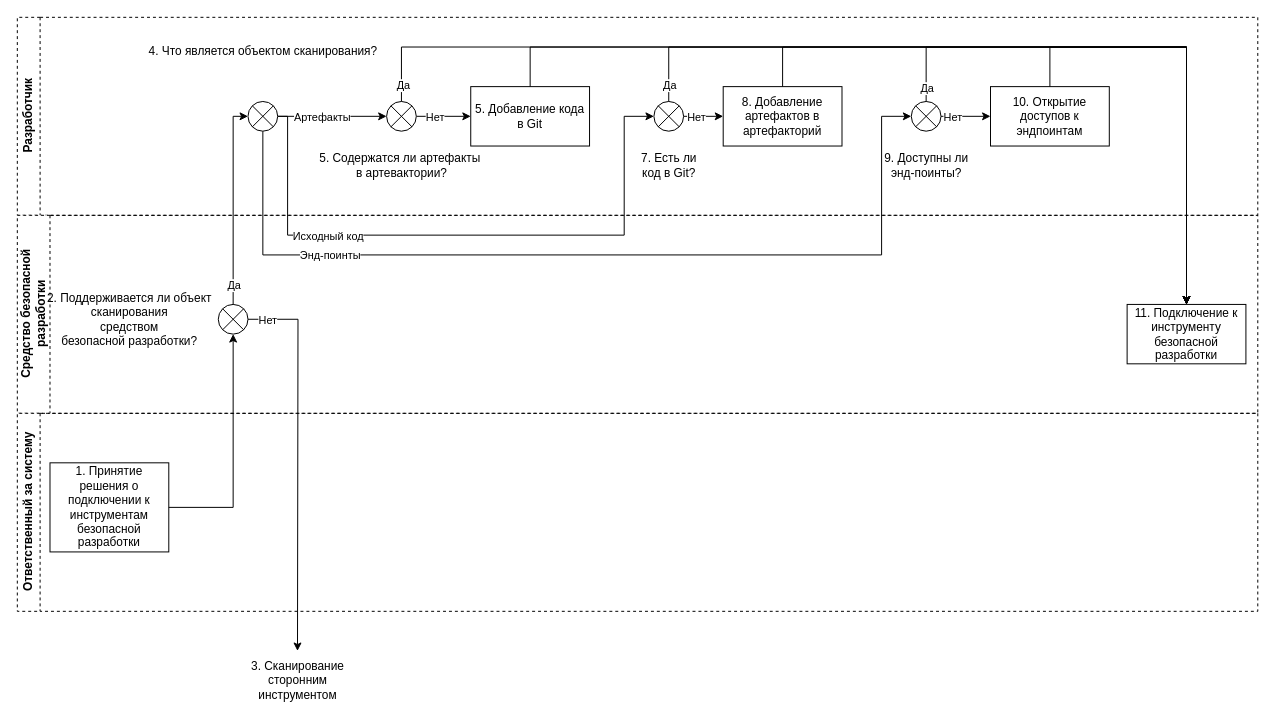
The draw.io diagram page "Подключение" (1 of 3) of Alfa.drawio in GoluzinaD/Python, before the edit. Source tidied: cells renumbered, new cells numbered last; positions are measured from the earlier drawing's top-left corner, leaving out a move shared by most shapes. Both pictures are drawn from the tidied source at 99%, with x=0, y=0 at pixel (17, 17).
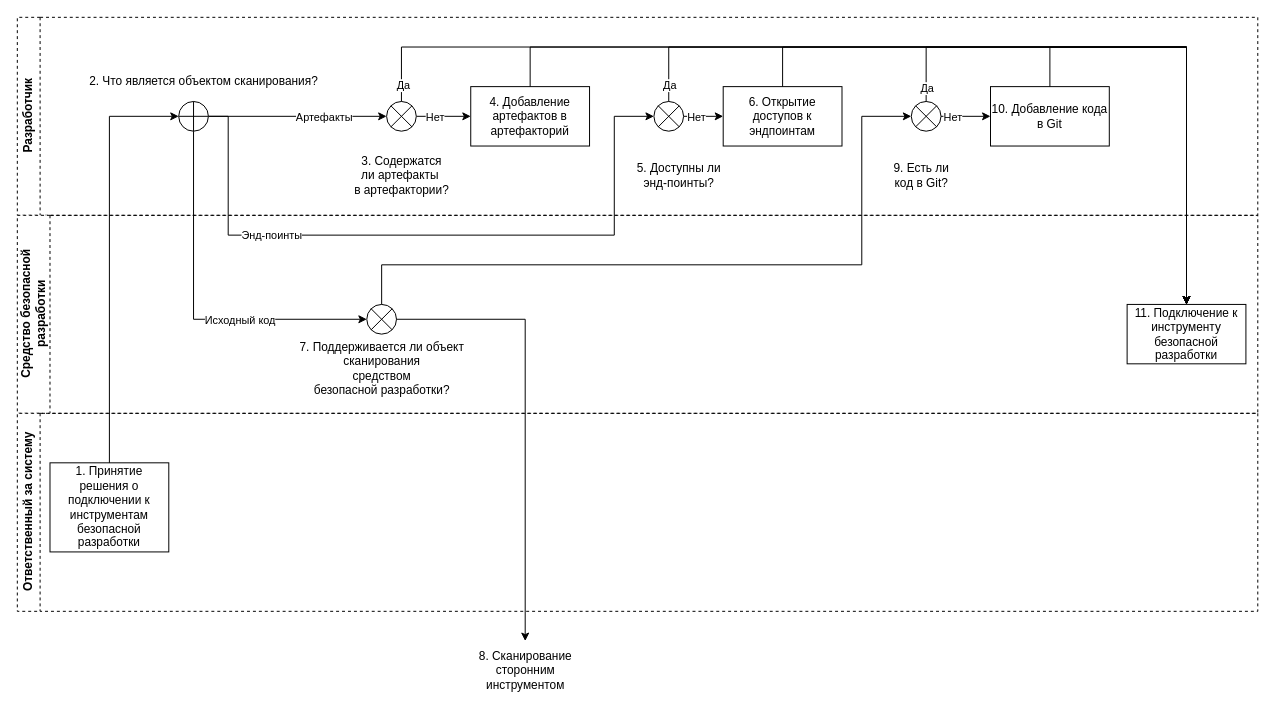
Above is the later version.

Unchanged cells that the change refers to:
```xml
<mxCell id="3" value="Разработчик" style="swimlane;horizontal=0;whiteSpace=wrap;html=1;dashed=1;" parent="1" vertex="1">
  <mxGeometry width="1253" height="200" as="geometry" />
</mxCell>
<mxCell id="5" style="edgeStyle=orthogonalEdgeStyle;rounded=0;jettySize=auto;html=1;entryX=0;entryY=0.5;entryDx=0;entryDy=0;entryPerimeter=0;" parent="3" edge="1" source="11" target="15">
  <mxGeometry relative="1" as="geometry" />
</mxCell>
<mxCell id="19" style="verticalLabelPosition=bottom;verticalAlign=top;html=1;shape=mxgraph.flowchart.or;" parent="3" vertex="1">
  <mxGeometry x="643" y="85" width="30" height="30" as="geometry" />
</mxCell>
<mxCell id="22" style="verticalLabelPosition=bottom;verticalAlign=top;html=1;shape=mxgraph.flowchart.or;" parent="3" vertex="1">
  <mxGeometry x="903" y="85" width="30" height="30" as="geometry" />
</mxCell>
<mxCell id="27" value="Средство безопасной разработки" style="swimlane;horizontal=0;whiteSpace=wrap;html=1;startSize=33;dashed=1;" parent="1" vertex="1">
  <mxGeometry y="200" width="1253" height="200" as="geometry" />
</mxCell>
<mxCell id="34" value="1. Принятие решения о подключении к инструментам безопасной разработки" style="rounded=0;whiteSpace=wrap;html=1;" parent="33" vertex="1">
  <mxGeometry x="33" y="50" width="120" height="90" as="geometry" />
</mxCell>
```

The edit, as a diff of the source:
```diff
@@
-    <mxCell id="2" value="3. Сканирование &lt;br&gt;сторонним &lt;br&gt;инструментом" style="text;html=1;align=center;verticalAlign=middle;points=[];strokeColor=none;fillColor=none;" parent="1" vertex="1">
-      <mxGeometry x="223" y="640" width="120" height="60" as="geometry" />
+    <mxCell id="2" value="8. Сканирование &lt;br&gt;сторонним &lt;br&gt;инструментом" style="text;html=1;align=center;verticalAlign=middle;points=[];strokeColor=none;fillColor=none;" parent="1" vertex="1">
+      <mxGeometry x="453" y="630" width="120" height="60" as="geometry" />
     </mxCell>
@@
-    <mxCell id="4" value="7. Есть ли &lt;br&gt;код в Git?" style="text;html=1;align=center;verticalAlign=middle;strokeColor=none;fillColor=none;" parent="3" vertex="1">
-      <mxGeometry x="618" y="130" width="80" height="40" as="geometry" />
+    <mxCell id="4" value="9. Есть ли &lt;br&gt;код в Git?" style="text;html=1;align=center;verticalAlign=middle;strokeColor=none;fillColor=none;" parent="3" vertex="1">
+      <mxGeometry x="873" y="140" width="80" height="40" as="geometry" />
     </mxCell>
@@
     <mxCell id="6" value="Артефакты" style="edgeLabel;html=1;align=center;verticalAlign=middle;" parent="5" vertex="1">
-      <mxGeometry x="-0.2" y="-1" relative="1" as="geometry">
-        <mxPoint y="-1" as="offset" />
-      </mxGeometry>
+      <mxGeometry x="0.29" relative="1" as="geometry" />
     </mxCell>
     <mxCell id="7" style="edgeStyle=orthogonalEdgeStyle;rounded=0;jettySize=auto;html=1;entryX=0;entryY=0.5;entryDx=0;entryDy=0;entryPerimeter=0;" parent="3" edge="1" source="11" target="19">
       <mxGeometry relative="1" as="geometry">
         <Array as="points">
-          <mxPoint x="273" y="100" />
-          <mxPoint x="273" y="220" />
-          <mxPoint x="613" y="220" />
-          <mxPoint x="613" y="100" />
+          <mxPoint x="213" y="100" />
+          <mxPoint x="213" y="220" />
+          <mxPoint x="603" y="220" />
+          <mxPoint x="603" y="100" />
         </Array>
       </mxGeometry>
     </mxCell>
-    <mxCell id="8" value="Исходный код" style="edgeLabel;html=1;align=center;verticalAlign=middle;" parent="7" vertex="1">
-      <mxGeometry x="-0.47" relative="1" as="geometry">
-        <mxPoint x="6" as="offset" />
-      </mxGeometry>
-    </mxCell>
-    <mxCell id="9" style="edgeStyle=orthogonalEdgeStyle;rounded=0;jettySize=auto;html=1;entryX=0;entryY=0.5;entryDx=0;entryDy=0;entryPerimeter=0;" parent="3" edge="1" source="11" target="22">
-      <mxGeometry relative="1" as="geometry">
-        <Array as="points">
-          <mxPoint x="248" y="240" />
-          <mxPoint x="873" y="240" />
-          <mxPoint x="873" y="100" />
-        </Array>
-      </mxGeometry>
-    </mxCell>
-    <mxCell id="10" value="Энд-поинты" style="edgeLabel;html=1;align=center;verticalAlign=middle;" parent="9" vertex="1">
-      <mxGeometry x="-0.6" relative="1" as="geometry">
-        <mxPoint x="8" as="offset" />
-      </mxGeometry>
+    <mxCell id="10" value="Энд-поинты" style="edgeLabel;html=1;align=center;verticalAlign=middle;" parent="7" vertex="1">
+      <mxGeometry x="-0.47" y="1" relative="1" as="geometry" />
     </mxCell>
-    <mxCell id="11" style="verticalLabelPosition=bottom;verticalAlign=top;html=1;shape=mxgraph.flowchart.or;" parent="3" vertex="1">
-      <mxGeometry x="233" y="85" width="30" height="30" as="geometry" />
+    <mxCell id="11" style="verticalLabelPosition=bottom;verticalAlign=top;html=1;shape=mxgraph.flowchart.summing_function;" parent="3" vertex="1">
+      <mxGeometry x="163" y="85" width="30" height="30" as="geometry" />
     </mxCell>
-    <mxCell id="12" value="4. Что является объектом сканирования?" style="text;html=1;align=center;verticalAlign=middle;strokeColor=none;fillColor=none;rotation=0;" parent="3" vertex="1">
-      <mxGeometry x="123" y="20" width="250" height="30" as="geometry" />
+    <mxCell id="12" value="2. Что является объектом сканирования?" style="text;html=1;align=center;verticalAlign=middle;strokeColor=none;fillColor=none;rotation=0;" parent="3" vertex="1">
+      <mxGeometry x="63" y="50" width="250" height="30" as="geometry" />
     </mxCell>
@@
-    <mxCell id="16" value="5. Содержатся ли артефакты&amp;nbsp;&lt;br&gt;в артевактории?" style="text;html=1;align=center;verticalAlign=middle;strokeColor=none;fillColor=none;" parent="3" vertex="1">
-      <mxGeometry x="293" y="130" width="190" height="40" as="geometry" />
-    </mxCell>
@@
-    <mxCell id="23" value="9. Доступны ли &lt;br&gt;энд-поинты?" style="text;html=1;align=center;verticalAlign=middle;strokeColor=none;fillColor=none;" parent="3" vertex="1">
-      <mxGeometry x="863" y="130" width="110" height="40" as="geometry" />
+    <mxCell id="23" value="5. Доступны ли &lt;br&gt;энд-поинты?" style="text;html=1;align=center;verticalAlign=middle;strokeColor=none;fillColor=none;" parent="3" vertex="1">
+      <mxGeometry x="613" y="140" width="110" height="40" as="geometry" />
     </mxCell>
-    <mxCell id="24" value="5. Добавление кода в Git" style="rounded=0;whiteSpace=wrap;html=1;" parent="3" vertex="1">
+    <mxCell id="24" value="4. Добавление артефактов в артефакторий" style="rounded=0;whiteSpace=wrap;html=1;" parent="3" vertex="1">
       <mxGeometry x="458" y="70" width="120" height="60" as="geometry" />
     </mxCell>
-    <mxCell id="25" value="8. Добавление артефактов в артефакторий" style="rounded=0;whiteSpace=wrap;html=1;" parent="3" vertex="1">
+    <mxCell id="25" value="6. Открытие доступов к эндпоинтам" style="rounded=0;whiteSpace=wrap;html=1;" parent="3" vertex="1">
       <mxGeometry x="713" y="70" width="120" height="60" as="geometry" />
     </mxCell>
-    <mxCell id="26" value="10. Открытие доступов к эндпоинтам" style="rounded=0;whiteSpace=wrap;html=1;" parent="3" vertex="1">
+    <mxCell id="26" value="10. Добавление кода в Git" style="rounded=0;whiteSpace=wrap;html=1;" parent="3" vertex="1">
       <mxGeometry x="983" y="70" width="120" height="60" as="geometry" />
     </mxCell>
+    <mxCell id="16" value="3. Содержатся &lt;br&gt;ли артефакты&amp;nbsp;&lt;br&gt;в артефактории?" style="text;html=1;align=center;verticalAlign=middle;strokeColor=none;fillColor=none;" parent="3" vertex="1">
+      <mxGeometry x="328" y="130" width="120" height="60" as="geometry" />
+    </mxCell>
@@
-    <mxCell id="28" style="edgeStyle=orthogonalEdgeStyle;rounded=0;jettySize=auto;html=1;" parent="27" edge="1" source="30">
-      <mxGeometry relative="1" as="geometry">
-        <mxPoint x="283" y="440" as="targetPoint" />
-      </mxGeometry>
-    </mxCell>
-    <mxCell id="29" value="Нет" style="edgeLabel;html=1;align=center;verticalAlign=middle;" parent="28" vertex="1">
-      <mxGeometry x="-0.79" y="2" relative="1" as="geometry">
-        <mxPoint x="-21" y="2" as="offset" />
-      </mxGeometry>
-    </mxCell>
     <mxCell id="30" style="verticalLabelPosition=bottom;verticalAlign=top;html=1;shape=mxgraph.flowchart.or;" parent="27" vertex="1">
-      <mxGeometry x="203" y="90" width="30" height="30" as="geometry" />
+      <mxGeometry x="353" y="90" width="30" height="30" as="geometry" />
     </mxCell>
-    <mxCell id="31" value="2. Поддерживается ли объект&lt;br&gt;сканирования&lt;br&gt;средством &lt;br&gt;безопасной разработки?" style="text;html=1;align=center;verticalAlign=middle;strokeColor=none;fillColor=none;rotation=0;" parent="27" vertex="1">
-      <mxGeometry x="18" y="70" width="190" height="70" as="geometry" />
+    <mxCell id="31" value="7. Поддерживается ли объект&lt;br&gt;сканирования&lt;br&gt;средством &lt;br&gt;безопасной разработки?" style="text;html=1;align=center;verticalAlign=middle;strokeColor=none;fillColor=none;rotation=0;" parent="27" vertex="1">
+      <mxGeometry x="273" y="120" width="190" height="70" as="geometry" />
     </mxCell>
@@
-    <mxCell id="35" style="edgeStyle=orthogonalEdgeStyle;rounded=0;jettySize=auto;html=1;entryX=0.5;entryY=1;entryDx=0;entryDy=0;entryPerimeter=0;" parent="1" edge="1" source="34" target="30">
-      <mxGeometry relative="1" as="geometry" />
-    </mxCell>
-    <mxCell id="36" style="edgeStyle=orthogonalEdgeStyle;rounded=0;jettySize=auto;html=1;entryX=0;entryY=0.5;entryDx=0;entryDy=0;entryPerimeter=0;" parent="1" edge="1" source="30" target="11">
-      <mxGeometry relative="1" as="geometry">
-        <Array as="points">
-          <mxPoint x="218" y="100" />
-        </Array>
-      </mxGeometry>
-    </mxCell>
-    <mxCell id="37" value="Да" style="edgeLabel;html=1;align=center;verticalAlign=middle;" parent="36" vertex="1">
-      <mxGeometry x="-0.67" y="-1" relative="1" as="geometry">
-        <mxPoint x="-1" y="14" as="offset" />
-      </mxGeometry>
-    </mxCell>
@@
+    <mxCell id="47" style="edgeStyle=orthogonalEdgeStyle;rounded=0;jettySize=auto;html=1;entryX=0;entryY=0.5;entryDx=0;entryDy=0;entryPerimeter=0;" parent="1" edge="1" source="34" target="11">
+      <mxGeometry relative="1" as="geometry">
+        <Array as="points">
+          <mxPoint x="93" y="100" />
+        </Array>
+      </mxGeometry>
+    </mxCell>
+    <mxCell id="48" style="edgeStyle=orthogonalEdgeStyle;rounded=0;jettySize=auto;html=1;entryX=0;entryY=0.5;entryDx=0;entryDy=0;entryPerimeter=0;" parent="1" edge="1" source="11" target="30">
+      <mxGeometry relative="1" as="geometry">
+        <Array as="points">
+          <mxPoint x="178" y="305" />
+        </Array>
+      </mxGeometry>
+    </mxCell>
+    <mxCell id="8" value="Исходный код" style="edgeLabel;html=1;align=center;verticalAlign=middle;" parent="48" vertex="1">
+      <mxGeometry x="0.34" y="-4" relative="1" as="geometry">
+        <mxPoint x="-9" y="-4" as="offset" />
+      </mxGeometry>
+    </mxCell>
+    <mxCell id="49" style="edgeStyle=orthogonalEdgeStyle;rounded=0;jettySize=auto;html=1;entryX=0;entryY=0.5;entryDx=0;entryDy=0;entryPerimeter=0;" parent="1" edge="1" source="30" target="22">
+      <mxGeometry relative="1" as="geometry">
+        <Array as="points">
+          <mxPoint x="368" y="250" />
+          <mxPoint x="853" y="250" />
+          <mxPoint x="853" y="100" />
+        </Array>
+      </mxGeometry>
+    </mxCell>
+    <mxCell id="50" style="edgeStyle=orthogonalEdgeStyle;rounded=0;jettySize=auto;html=1;" parent="1" edge="1" source="30" target="2">
+      <mxGeometry relative="1" as="geometry" />
+    </mxCell>
```
